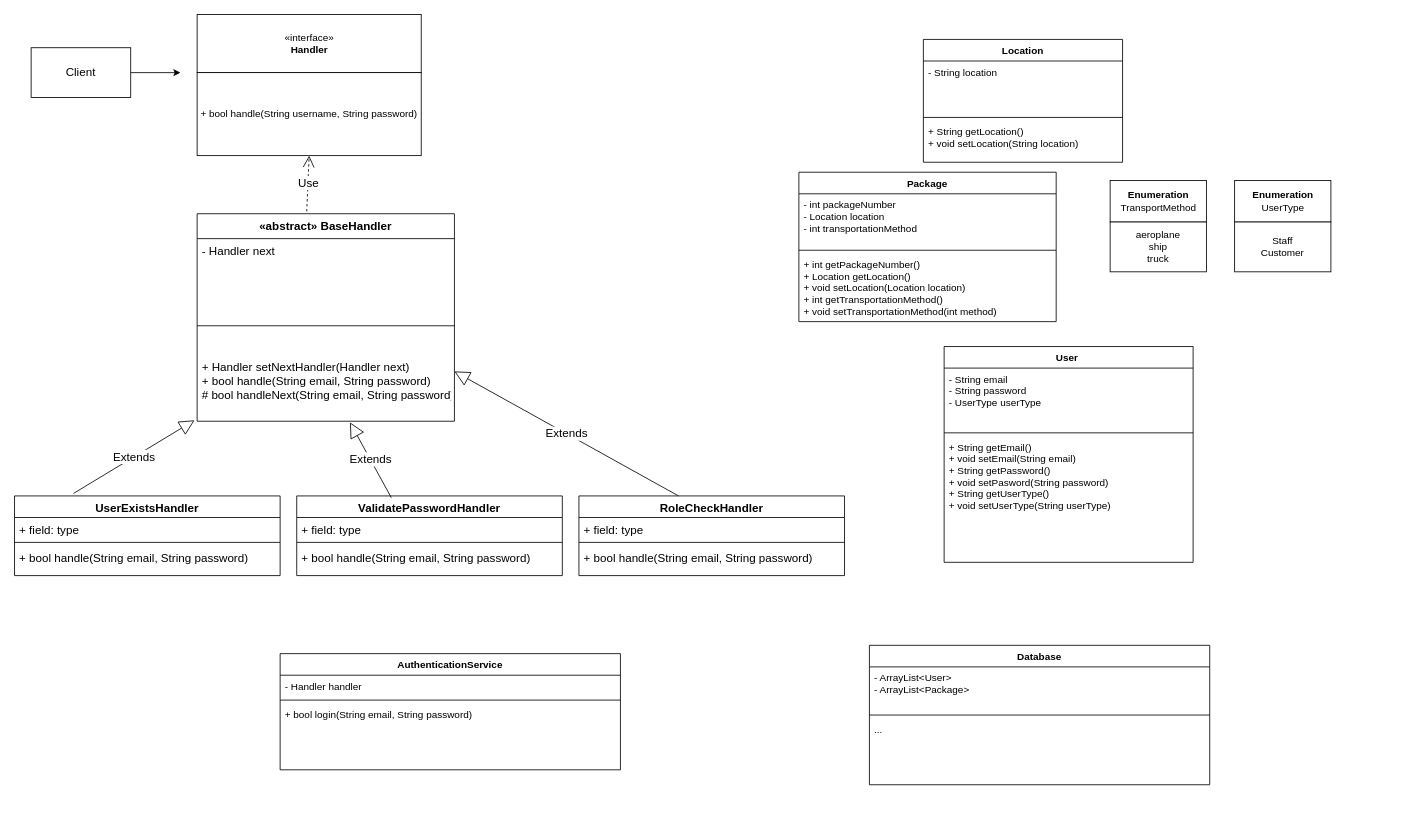
Earlier version of the draw.io diagram page "Final UML" (3 of 3) of team42.drawio (abuwho/S22-Software-Systems-Analysis-and-Design). Source tidied: cells renumbered, new cells numbered last; positions are measured from the earlier drawing's top-left corner, leaving out a move shared by most shapes. Both pictures are drawn from the tidied source at 83%, with x=0, y=0 at pixel (14, 14).
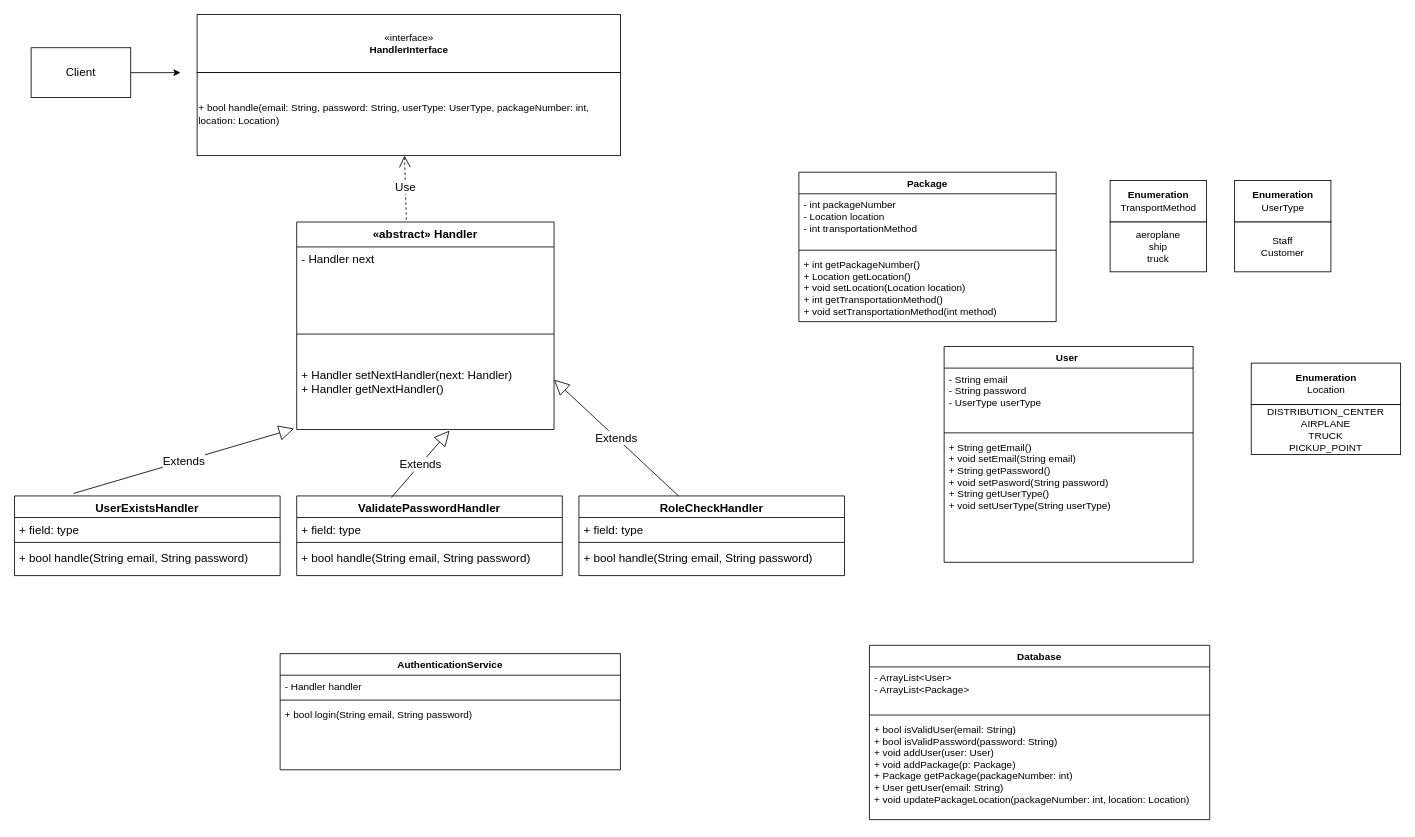
The same page after the edit.

The edit, as a diff of the source:
```diff
@@
-    <mxCell id="3" value="«interface»&lt;br&gt;&lt;b&gt;Handler&lt;/b&gt;" style="html=1;" parent="1" vertex="1">
-      <mxGeometry x="220" width="270" height="70" as="geometry" />
+    <mxCell id="3" value="«interface»&lt;br&gt;&lt;b&gt;HandlerInterface&lt;/b&gt;" style="html=1;" parent="1" vertex="1">
+      <mxGeometry x="220" width="510" height="70" as="geometry" />
     </mxCell>
-    <mxCell id="4" value="+ bool handle(String username, String password)" style="rounded=0;whiteSpace=wrap;html=1;" parent="1" vertex="1">
-      <mxGeometry x="220" y="70" width="270" height="100" as="geometry" />
+    <mxCell id="4" value="+ bool handle(email: String, password: String, userType: UserType, packageNumber: int, location: Location)" style="rounded=0;whiteSpace=wrap;html=1;align=left;" parent="1" vertex="1">
+      <mxGeometry x="220" y="70" width="510" height="100" as="geometry" />
     </mxCell>
-    <mxCell id="5" value="«abstract» BaseHandler" style="swimlane;fontStyle=1;align=center;verticalAlign=top;horizontal=1;startSize=30;fontSize=14;" parent="1" vertex="1">
-      <mxGeometry x="220" y="240" width="310" height="250" as="geometry" />
+    <mxCell id="5" value="«abstract» Handler" style="swimlane;fontStyle=1;align=center;verticalAlign=top;horizontal=1;startSize=30;fontSize=14;" parent="1" vertex="1">
+      <mxGeometry x="340" y="250" width="310" height="250" as="geometry" />
     </mxCell>
@@
-    <mxCell id="8" value="+ Handler setNextHandler(Handler next)&#10;+ bool handle(String email, String password)&#10;# bool handleNext(String email, String password)" style="text;strokeColor=none;fillColor=none;align=left;verticalAlign=top;spacingLeft=4;spacingRight=4;overflow=hidden;points=[[0,0.5],[1,0.5]];portConstraint=eastwest;fontSize=14;" parent="5" vertex="1">
+    <mxCell id="8" value="+ Handler setNextHandler(next: Handler)&#10;+ Handler getNextHandler()" style="text;strokeColor=none;fillColor=none;align=left;verticalAlign=top;spacingLeft=4;spacingRight=4;overflow=hidden;points=[[0,0.5],[1,0.5]];portConstraint=eastwest;fontSize=14;" parent="5" vertex="1">
       <mxGeometry y="170" width="310" height="80" as="geometry" />
     </mxCell>
-    <mxCell id="9" value="Use" style="endArrow=open;endSize=12;dashed=1;html=1;rounded=0;fontSize=14;exitX=0.426;exitY=-0.011;exitDx=0;exitDy=0;exitPerimeter=0;entryX=0.5;entryY=1;entryDx=0;entryDy=0;" parent="1" edge="1" source="5" target="4">
+    <mxCell id="9" value="Use" style="endArrow=open;endSize=12;dashed=1;html=1;rounded=0;fontSize=14;exitX=0.426;exitY=-0.011;exitDx=0;exitDy=0;exitPerimeter=0;entryX=0.49;entryY=1;entryDx=0;entryDy=0;entryPerimeter=0;" parent="1" edge="1" source="5" target="4">
       <mxGeometry relative="1" as="geometry" />
     </mxCell>
@@
-    <mxCell id="29" value="Location" style="swimlane;fontStyle=1;align=center;verticalAlign=top;horizontal=1;startSize=26;" parent="1" vertex="1">
-      <mxGeometry x="1095" y="30" width="240" height="148" as="geometry" />
-    </mxCell>
-    <mxCell id="30" value="- String location" style="text;strokeColor=none;fillColor=none;align=left;verticalAlign=top;spacingLeft=4;spacingRight=4;overflow=hidden;" parent="29" vertex="1">
-      <mxGeometry y="26" width="240" height="64" as="geometry" />
-    </mxCell>
-    <mxCell id="31" style="line;strokeWidth=1;fillColor=none;align=left;verticalAlign=middle;spacingTop=-1;spacingLeft=3;spacingRight=3;labelPosition=right;" parent="29" vertex="1">
-      <mxGeometry y="90" width="240" height="8" as="geometry" />
-    </mxCell>
-    <mxCell id="32" value="+ String getLocation()&#10;+ void setLocation(String location)" style="text;strokeColor=none;fillColor=none;align=left;verticalAlign=top;spacingLeft=4;spacingRight=4;overflow=hidden;" parent="29" vertex="1">
-      <mxGeometry y="98" width="240" height="50" as="geometry" />
-    </mxCell>
@@
     <mxCell id="48" value="Database" style="swimlane;fontStyle=1;align=center;verticalAlign=top;horizontal=1;startSize=26;" parent="1" vertex="1">
-      <mxGeometry x="1030" y="760" width="410" height="168" as="geometry" />
+      <mxGeometry x="1030" y="760" width="410" height="210" as="geometry" />
     </mxCell>
@@
-    <mxCell id="51" value="..." style="text;strokeColor=none;fillColor=none;align=left;verticalAlign=top;spacingLeft=4;spacingRight=4;overflow=hidden;" parent="48" vertex="1">
-      <mxGeometry y="88" width="410" height="80" as="geometry" />
+    <mxCell id="51" value="+ bool isValidUser(email: String)&#10;+ bool isValidPassword(password: String)&#10;+ void addUser(user: User)&#10;+ void addPackage(p: Package)&#10;+ Package getPackage(packageNumber: int)&#10;+ User getUser(email: String)&#10;+ void updatePackageLocation(packageNumber: int, location: Location)&#10;" style="text;strokeColor=none;fillColor=none;align=left;verticalAlign=top;spacingLeft=4;spacingRight=4;overflow=hidden;" parent="48" vertex="1">
+      <mxGeometry y="88" width="410" height="122" as="geometry" />
     </mxCell>
+    <mxCell id="52" style="group;" parent="1" vertex="1">
+      <mxGeometry x="1490" y="420" width="180" height="110" as="geometry" />
+    </mxCell>
+    <mxCell id="53" value="&lt;b&gt;Enumeration&lt;/b&gt;&lt;br&gt;Location" style="html=1;" parent="52" vertex="1">
+      <mxGeometry width="180" height="50" as="geometry" />
+    </mxCell>
+    <mxCell id="54" value="DISTRIBUTION_CENTER&lt;br&gt;AIRPLANE&lt;br&gt;TRUCK&lt;br&gt;PICKUP_POINT" style="whiteSpace=wrap;html=1;" parent="52" vertex="1">
+      <mxGeometry y="50" width="180" height="60" as="geometry" />
+    </mxCell>
```
